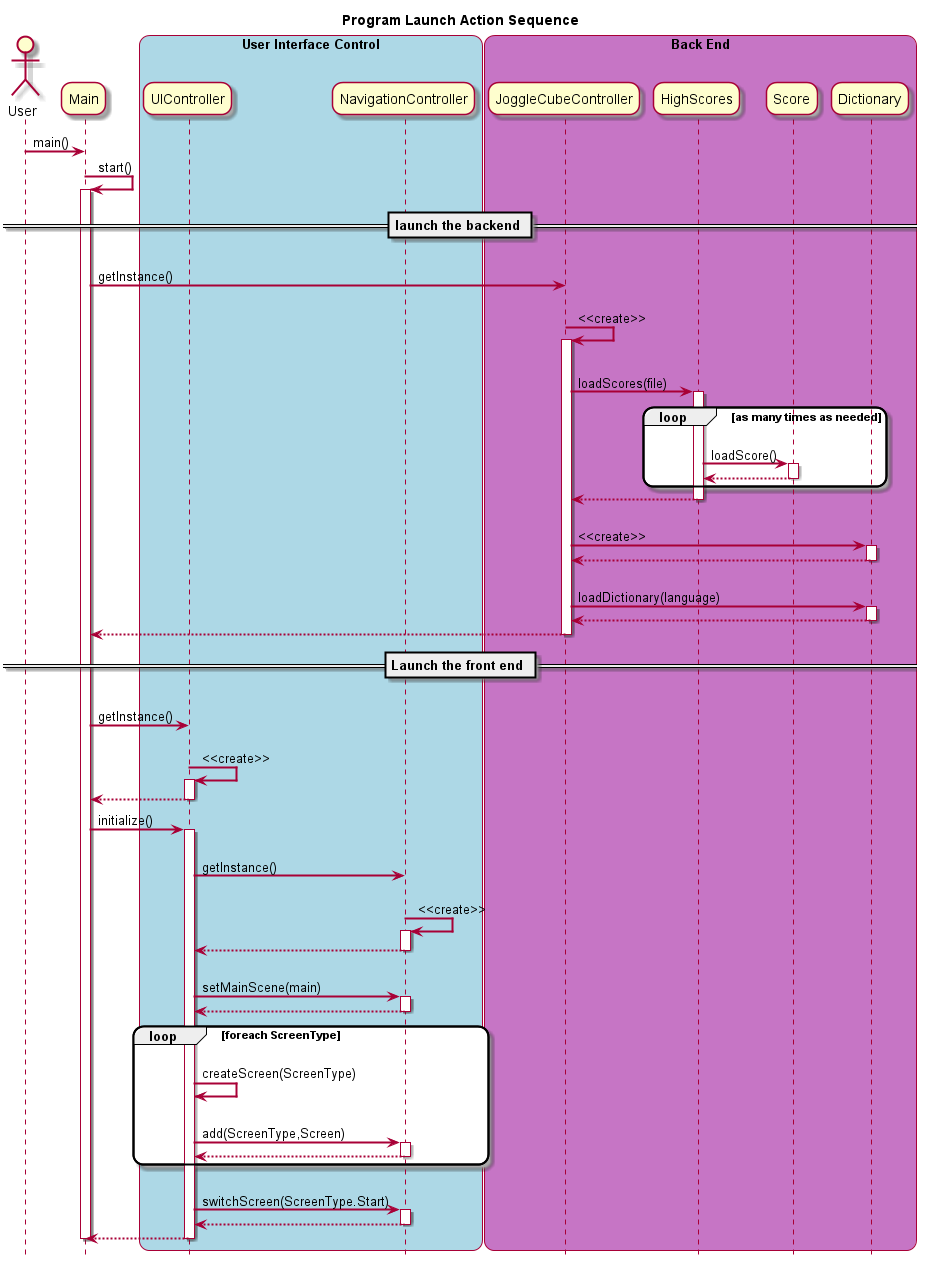
Earlier version of the PlantUML export docs/Sequence/Main.png (rhys3010/JoggleCube). Its diagram source:
```plantuml
@startuml
hide footbox

title Program Launch Action Sequence

skinparam sequenceArrowThickness 2
skinparam roundcorner 20
skinparam maxmessagesize 60


actor User

participant Main

box "User Interface Control" #LightBlue

participant UIController
participant NavigationController

end box


box "Back End" #c675c5

participant JoggleCubeController
participant HighScores
participant Score
participant Dictionary

end box



User -> Main : main()
Main -> Main : start()
activate Main

== launch the backend ==
Main -> JoggleCubeController : getInstance()
JoggleCubeController -> JoggleCubeController : <<create>>
activate JoggleCubeController

JoggleCubeController -> HighScores : loadScores(file)
activate HighScores

loop as many times as needed
    HighScores -> Score : loadScore()
    activate Score
    Score --> HighScores
    deactivate Score
end

HighScores --> JoggleCubeController
deactivate HighScores

JoggleCubeController -> Dictionary : <<create>>
activate Dictionary

Dictionary --> JoggleCubeController
deactivate Dictionary

JoggleCubeController -> Dictionary : loadDictionary(language)
activate Dictionary

Dictionary --> JoggleCubeController
deactivate Dictionary

JoggleCubeController --> Main
deactivate JoggleCubeController

== Launch the front end ==

Main -> UIController : getInstance()

UIController -> UIController : <<create>>
activate UIController


UIController --> Main
deactivate UIController
Main -> UIController : initialize()
activate UIController
UIController -> NavigationController : getInstance()

NavigationController -> NavigationController : <<create>>
activate NavigationController
NavigationController --> UIController
deactivate NavigationController

UIController -> NavigationController : setMainScene(main)
activate NavigationController
NavigationController --> UIController
deactivate NavigationController

loop foreach ScreenType
    UIController -> UIController : createScreen(ScreenType)
    UIController -> NavigationController : add(ScreenType,Screen)
    activate NavigationController
    NavigationController --> UIController
    deactivate NavigationController
end

UIController -> NavigationController : switchScreen(ScreenType.Start)
activate NavigationController
NavigationController --> UIController
deactivate NavigationController
UIController --> Main
deactivate UIController
deactivate Main

@enduml
```
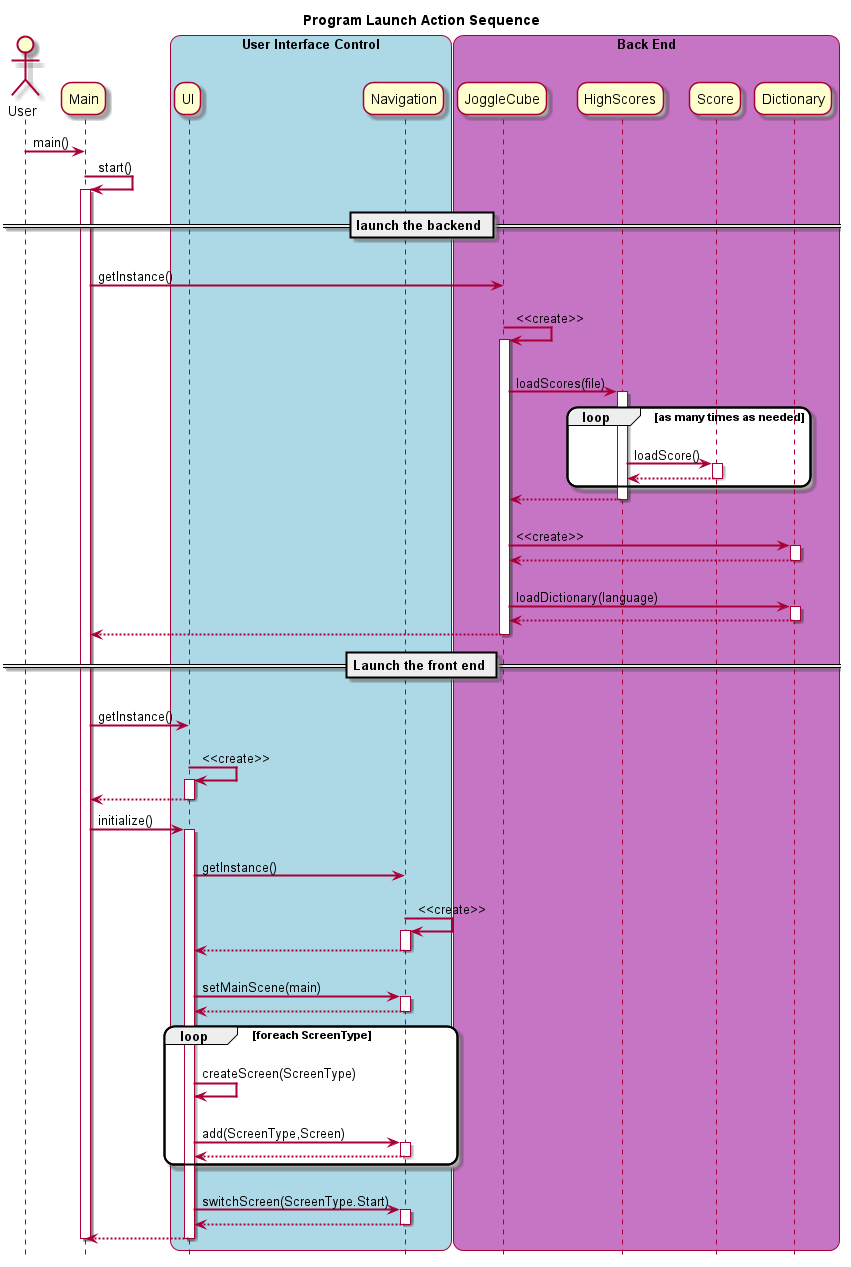
The same file after the commit.

The edit, as a diff of the source:
```diff
@@ -14,15 +14,15 @@
 
 box "User Interface Control" #LightBlue
 
-participant UIController
-participant NavigationController
+participant UI
+participant Navigation
 
 end box
 
 
 box "Back End" #c675c5
 
-participant JoggleCubeController
+participant JoggleCube
 participant HighScores
 participant Score
 participant Dictionary
@@ -36,11 +36,11 @@
 activate Main
 
 == launch the backend ==
-Main -> JoggleCubeController : getInstance()
-JoggleCubeController -> JoggleCubeController : <<create>>
-activate JoggleCubeController
+Main -> JoggleCube : getInstance()
+JoggleCube -> JoggleCube : <<create>>
+activate JoggleCube
 
-JoggleCubeController -> HighScores : loadScores(file)
+JoggleCube -> HighScores : loadScores(file)
 activate HighScores
 
 loop as many times as needed
@@ -50,62 +50,62 @@
     deactivate Score
 end
 
-HighScores --> JoggleCubeController
+HighScores --> JoggleCube
 deactivate HighScores
 
-JoggleCubeController -> Dictionary : <<create>>
+JoggleCube -> Dictionary : <<create>>
 activate Dictionary
 
-Dictionary --> JoggleCubeController
+Dictionary --> JoggleCube
 deactivate Dictionary
 
-JoggleCubeController -> Dictionary : loadDictionary(language)
+JoggleCube -> Dictionary : loadDictionary(language)
 activate Dictionary
 
-Dictionary --> JoggleCubeController
+Dictionary --> JoggleCube
 deactivate Dictionary
 
-JoggleCubeController --> Main
-deactivate JoggleCubeController
+JoggleCube --> Main
+deactivate JoggleCube
 
 == Launch the front end ==
 
-Main -> UIController : getInstance()
+Main -> UI : getInstance()
 
-UIController -> UIController : <<create>>
-activate UIController
+UI -> UI : <<create>>
+activate UI
 
 
-UIController --> Main
-deactivate UIController
-Main -> UIController : initialize()
-activate UIController
-UIController -> NavigationController : getInstance()
+UI --> Main
+deactivate UI
+Main -> UI : initialize()
+activate UI
+UI -> Navigation : getInstance()
 
-NavigationController -> NavigationController : <<create>>
-activate NavigationController
-NavigationController --> UIController
-deactivate NavigationController
+Navigation -> Navigation : <<create>>
+activate Navigation
+Navigation --> UI
+deactivate Navigation
 
-UIController -> NavigationController : setMainScene(main)
-activate NavigationController
-NavigationController --> UIController
-deactivate NavigationController
+UI -> Navigation : setMainScene(main)
+activate Navigation
+Navigation --> UI
+deactivate Navigation
 
 loop foreach ScreenType
-    UIController -> UIController : createScreen(ScreenType)
-    UIController -> NavigationController : add(ScreenType,Screen)
-    activate NavigationController
-    NavigationController --> UIController
-    deactivate NavigationController
+    UI -> UI : createScreen(ScreenType)
+    UI -> Navigation : add(ScreenType,Screen)
+    activate Navigation
+    Navigation --> UI
+    deactivate Navigation
 end
 
-UIController -> NavigationController : switchScreen(ScreenType.Start)
-activate NavigationController
-NavigationController --> UIController
-deactivate NavigationController
-UIController --> Main
-deactivate UIController
+UI -> Navigation : switchScreen(ScreenType.Start)
+activate Navigation
+Navigation --> UI
+deactivate Navigation
+UI --> Main
+deactivate UI
 deactivate Main
 
 @enduml
```
